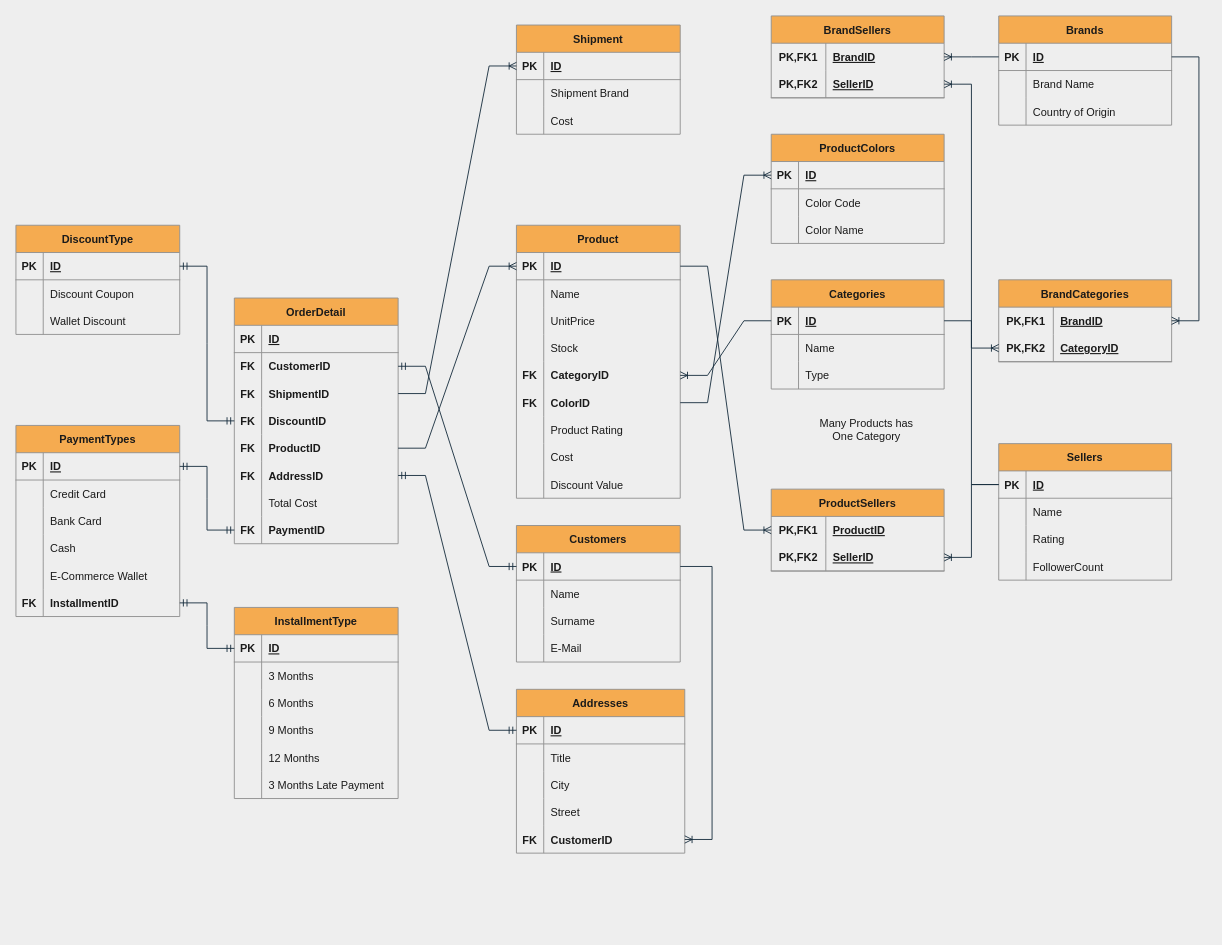
The draw.io diagram Pair4_ERdiagram.drawio in GGBebe/SQL, before the edit. Source tidied: cells renumbered, new cells numbered last; positions are measured from the earlier drawing's top-left corner, leaving out a move shared by most shapes. Both pictures are drawn from the tidied source at 91%, with x=0, y=0 at pixel (15, 15).
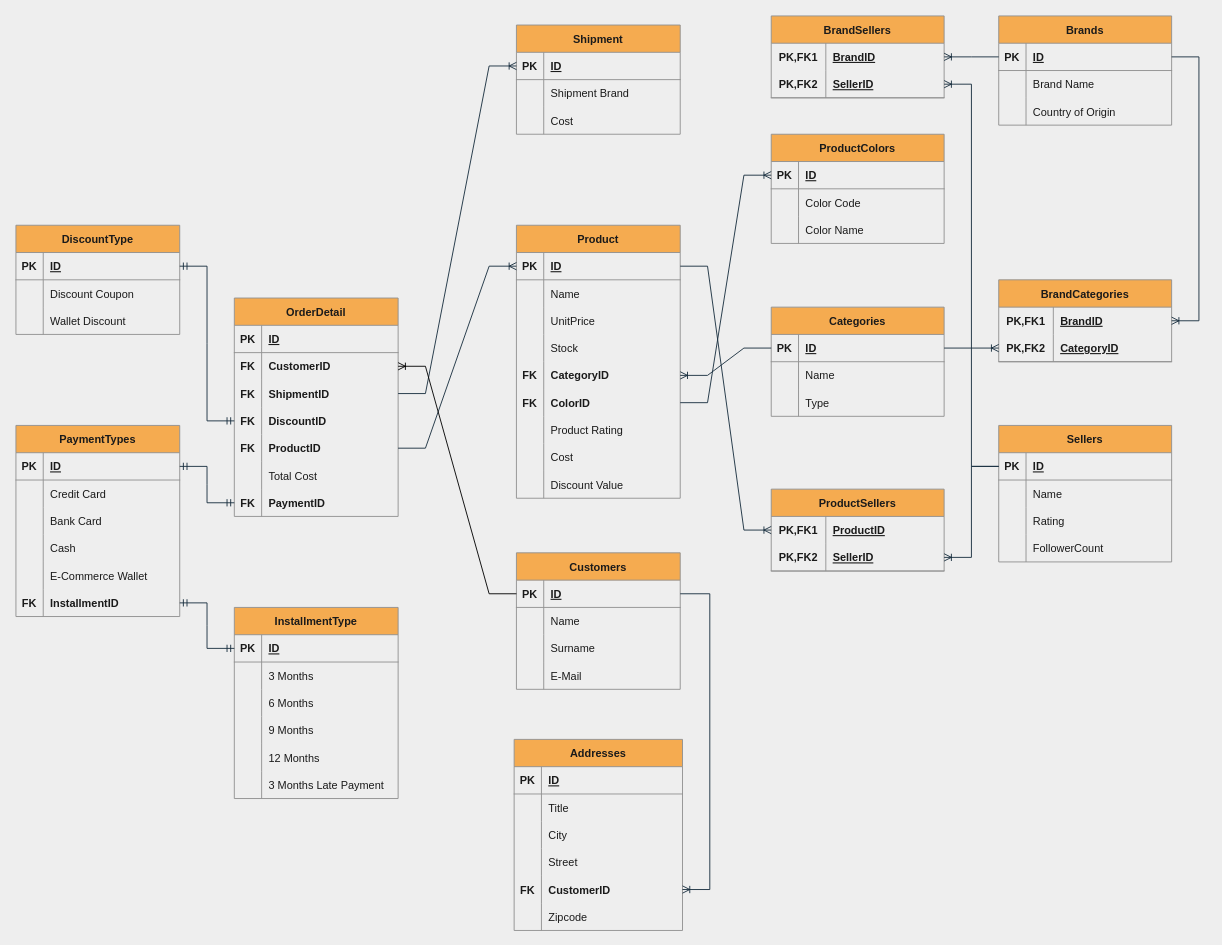
After the change.

Unchanged cells that the change refers to:
```xml
<mxCell id="42" style="shape=tableRow;horizontal=0;startSize=0;swimlaneHead=0;swimlaneBody=0;fillColor=none;points=[[0,0.5],[1,0.5]];portConstraint=eastwest;top=0;left=0;right=0;bottom=1;strokeColor=#909090;fontColor=#1A1A1A;" parent="41" vertex="1">
  <mxGeometry y="30" width="180" height="30" as="geometry" />
</mxCell>
<mxCell id="55" style="shape=tableRow;horizontal=0;startSize=0;swimlaneHead=0;swimlaneBody=0;fillColor=none;points=[[0,0.5],[1,0.5]];portConstraint=eastwest;top=0;left=0;right=0;bottom=1;strokeColor=#909090;fontColor=#1A1A1A;" parent="54" vertex="1">
  <mxGeometry y="30" width="185" height="30" as="geometry" />
</mxCell>
<mxCell id="147" style="shape=tableRow;horizontal=0;startSize=0;swimlaneHead=0;swimlaneBody=0;fillColor=none;points=[[0,0.5],[1,0.5]];portConstraint=eastwest;top=0;left=0;right=0;bottom=0;strokeColor=#909090;fontColor=#1A1A1A;" parent="143" vertex="1">
  <mxGeometry y="60" width="180" height="30" as="geometry" />
</mxCell>
```

Change to the diagram source:
```diff
@@
     <mxCell id="30" value="Categories" style="shape=table;startSize=30;childLayout=tableLayout;rowLines=0;fontStyle=1;align=center;fillColor=#F5AB50;strokeColor=#909090;fontColor=#1A1A1A;" parent="1" vertex="1">
-      <mxGeometry x="830" y="290" width="190" height="120" as="geometry" />
+      <mxGeometry x="830" y="320" width="190" height="120" as="geometry" />
     </mxCell>
@@
     <mxCell id="41" value="Customers" style="shape=table;startSize=30;childLayout=tableLayout;rowLines=0;fontStyle=1;align=center;fillColor=#F5AB50;strokeColor=#909090;fontColor=#1A1A1A;" parent="1" vertex="1">
-      <mxGeometry x="550" y="560" width="180" height="150" as="geometry" />
+      <mxGeometry x="550" y="590" width="180" height="150" as="geometry" />
     </mxCell>
@@
     <mxCell id="54" value="Addresses" style="shape=table;startSize=30;childLayout=tableLayout;rowLines=0;fontStyle=1;align=center;fillColor=#F5AB50;strokeColor=#909090;fontColor=#1A1A1A;" parent="1" vertex="1">
-      <mxGeometry x="550" y="740" width="185" height="180" as="geometry" />
+      <mxGeometry x="547.5" y="795" width="185" height="210" as="geometry" />
     </mxCell>
@@
+    <mxCell id="223" style="shape=tableRow;horizontal=0;startSize=0;swimlaneHead=0;swimlaneBody=0;fillColor=none;top=0;left=0;right=0;bottom=0;strokeColor=#909090;fontColor=#1A1A1A;" parent="54" vertex="1">
+      <mxGeometry y="180" width="185" height="30" as="geometry" />
+    </mxCell>
+    <mxCell id="224" style="shape=partialRectangle;fillColor=none;top=0;left=0;bottom=0;right=0;overflow=hidden;fontStyle=1;strokeColor=#909090;fontColor=#1A1A1A;" parent="223" vertex="1">
+      <mxGeometry width="30" height="30" as="geometry" />
+    </mxCell>
+    <mxCell id="225" value="Zipcode" style="shape=partialRectangle;fillColor=none;top=0;left=0;bottom=0;right=0;align=left;spacingLeft=6;overflow=hidden;fontStyle=0;strokeColor=#909090;fontColor=#1A1A1A;" parent="223" vertex="1">
+      <mxGeometry x="30" width="155" height="30" as="geometry" />
+    </mxCell>
@@
-    <mxCell id="78" value="Many Products has One Category" style="text;html=1;strokeColor=none;fillColor=none;align=center;verticalAlign=middle;whiteSpace=wrap;rounded=0;fontColor=#1A1A1A;" parent="1" vertex="1">
-      <mxGeometry x="870" y="440" width="130" height="30" as="geometry" />
-    </mxCell>
     <mxCell id="79" value="Sellers" style="shape=table;startSize=30;childLayout=tableLayout;rowLines=0;fontStyle=1;align=center;fillColor=#F5AB50;strokeColor=#909090;fontColor=#1A1A1A;" parent="1" vertex="1">
-      <mxGeometry x="1080" y="470" width="190" height="150" as="geometry" />
+      <mxGeometry x="1080" y="450" width="190" height="150" as="geometry" />
     </mxCell>
@@
     <mxCell id="143" value="OrderDetail" style="shape=table;startSize=30;childLayout=tableLayout;rowLines=0;fontStyle=1;align=center;fillColor=#F5AB50;strokeColor=#909090;fontColor=#1A1A1A;" parent="1" vertex="1">
-      <mxGeometry x="240" y="310" width="180" height="270" as="geometry" />
+      <mxGeometry x="240" y="310" width="180" height="240" as="geometry" />
     </mxCell>
@@
-    <mxCell id="159" style="shape=tableRow;horizontal=0;startSize=0;swimlaneHead=0;swimlaneBody=0;fillColor=none;points=[[0,0.5],[1,0.5]];portConstraint=eastwest;top=0;left=0;right=0;bottom=0;strokeColor=#909090;fontColor=#1A1A1A;" parent="143" vertex="1">
-      <mxGeometry y="180" width="180" height="30" as="geometry" />
-    </mxCell>
-    <mxCell id="160" value="FK" style="shape=partialRectangle;fillColor=none;top=0;left=0;bottom=0;right=0;overflow=hidden;fontStyle=1;strokeColor=#909090;fontColor=#1A1A1A;" parent="159" vertex="1">
-      <mxGeometry width="30" height="30" as="geometry" />
-    </mxCell>
-    <mxCell id="161" value="AddressID" style="shape=partialRectangle;fillColor=none;top=0;left=0;bottom=0;right=0;align=left;spacingLeft=6;overflow=hidden;fontStyle=1;strokeColor=#909090;fontColor=#1A1A1A;" parent="159" vertex="1">
-      <mxGeometry x="30" width="150" height="30" as="geometry" />
-    </mxCell>
     <mxCell id="162" style="shape=tableRow;horizontal=0;startSize=0;swimlaneHead=0;swimlaneBody=0;fillColor=none;top=0;left=0;right=0;bottom=0;strokeColor=#909090;fontColor=#1A1A1A;" parent="143" vertex="1">
-      <mxGeometry y="210" width="180" height="30" as="geometry" />
+      <mxGeometry y="180" width="180" height="30" as="geometry" />
     </mxCell>
@@
     <mxCell id="165" style="shape=tableRow;horizontal=0;startSize=0;swimlaneHead=0;swimlaneBody=0;fillColor=none;points=[[0,0.5],[1,0.5]];portConstraint=eastwest;top=0;left=0;right=0;bottom=0;strokeColor=#909090;fontColor=#1A1A1A;" parent="143" vertex="1">
-      <mxGeometry y="240" width="180" height="30" as="geometry" />
+      <mxGeometry y="210" width="180" height="30" as="geometry" />
     </mxCell>
@@
-    <mxCell id="169" style="edgeStyle=entityRelationEdgeStyle;fontSize=12;html=1;endArrow=ERmandOne;startArrow=ERmandOne;rounded=0;entryX=0;entryY=0.5;entryDx=0;entryDy=0;exitX=1;exitY=0.5;exitDx=0;exitDy=0;labelBackgroundColor=#EEEEEE;strokeColor=#182E3E;fontColor=#1A1A1A;" parent="1" edge="1" source="147" target="42">
-      <mxGeometry relative="1" as="geometry" />
-    </mxCell>
@@
-    <mxCell id="171" style="edgeStyle=entityRelationEdgeStyle;fontSize=12;html=1;endArrow=ERmandOne;startArrow=ERmandOne;rounded=0;entryX=0;entryY=0.5;entryDx=0;entryDy=0;exitX=1;exitY=0.5;exitDx=0;exitDy=0;labelBackgroundColor=#EEEEEE;strokeColor=#182E3E;fontColor=#1A1A1A;" parent="1" edge="1" source="159" target="55">
-      <mxGeometry relative="1" as="geometry" />
-    </mxCell>
@@
+    <mxCell id="226" style="edgeStyle=entityRelationEdgeStyle;fontSize=12;html=1;endArrow=ERoneToMany;rounded=0;entryX=1;entryY=0.5;entryDx=0;entryDy=0;exitX=0;exitY=0.5;exitDx=0;exitDy=0;" parent="1" edge="1" source="42" target="147">
+      <mxGeometry relative="1" as="geometry" />
+    </mxCell>
```
